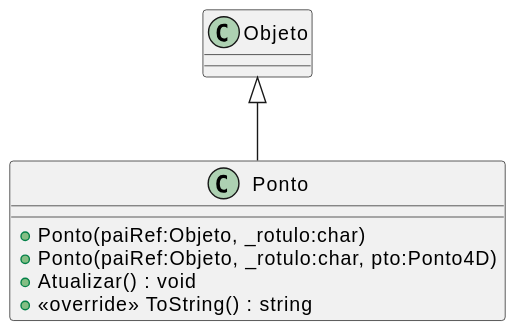
This is svg/Unidade4/CG_N4_Exemplo/plantuml/Ponto.svg from majutestoni/disciplina_CG_2025_1, a PlantUML export, as it was before one commit.
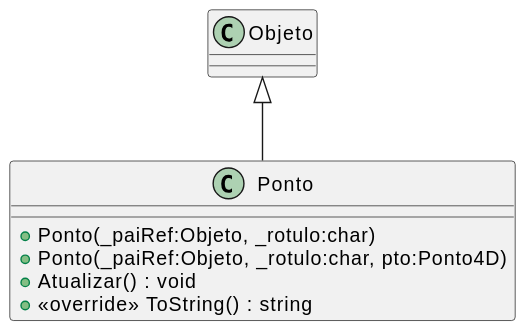
After the change.

The edit, as a diff of the source:
```diff
@@ -1,7 +1,7 @@
 @startuml
 class Ponto {
-    + Ponto(paiRef:Objeto, _rotulo:char)
-    + Ponto(paiRef:Objeto, _rotulo:char, pto:Ponto4D)
+    + Ponto(_paiRef:Objeto, _rotulo:char)
+    + Ponto(_paiRef:Objeto, _rotulo:char, pto:Ponto4D)
     + Atualizar() : void
     + <<override>> ToString() : string
 }
```
